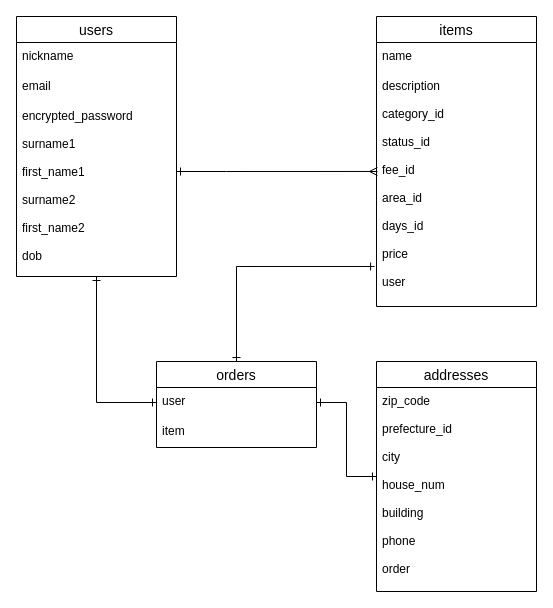
Hiroki-Sakurazawa/furima-28665 keeps this draw.io diagram as .dio. Above is the earlier version. Source tidied: cells renumbered, new cells numbered last; positions are measured from the earlier drawing's top-left corner, leaving out a move shared by most shapes. Both pictures are drawn from the tidied source at 100%, with x=0, y=0 at pixel (16, 16).
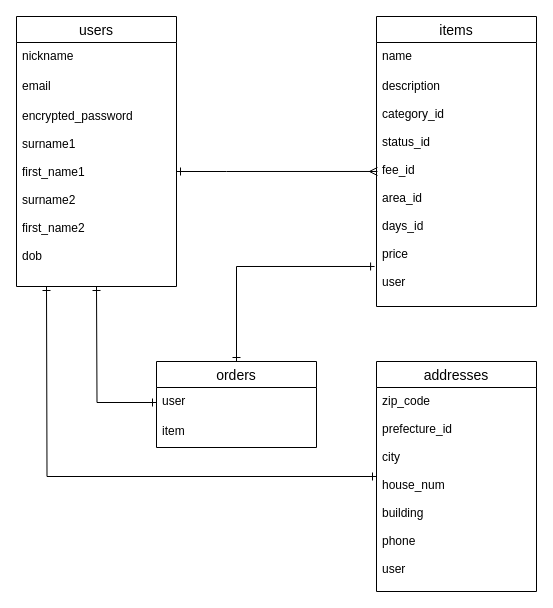
The same diagram, later.

Unchanged cells that the change refers to:
```xml
<mxCell id="12" value="addresses" style="swimlane;fontStyle=0;horizontal=1;startSize=26;align=center;fontSize=14;" parent="1" vertex="1">
  <mxGeometry x="360" y="345" width="160" height="230" as="geometry" />
</mxCell>
<mxCell id="16" value="user" style="text;strokeColor=none;fillColor=none;spacingLeft=4;spacingRight=4;overflow=hidden;points=[[0,0.5],[1,0.5]];portConstraint=eastwest;fontSize=12;" parent="15" vertex="1">
  <mxGeometry y="26" width="160" height="30" as="geometry" />
</mxCell>
```

The edit, as a diff of the source:
```diff
@@
-    <mxCell id="3" style="edgeStyle=orthogonalEdgeStyle;rounded=0;jettySize=auto;html=1;entryX=0;entryY=0.5;entryDx=0;entryDy=0;startArrow=ERone;startFill=0;endArrow=ERone;endFill=0;" parent="1" edge="1" source="4" target="16">
-      <mxGeometry relative="1" as="geometry" />
+    <mxCell id="3" style="edgeStyle=orthogonalEdgeStyle;rounded=0;jettySize=auto;html=1;entryX=0;entryY=0.5;entryDx=0;entryDy=0;startArrow=ERone;startFill=0;endArrow=ERone;endFill=0;" parent="1" edge="1" target="16">
+      <mxGeometry relative="1" as="geometry">
+        <mxPoint x="80" y="270" as="sourcePoint" />
+      </mxGeometry>
     </mxCell>
     <mxCell id="4" value="users" style="swimlane;fontStyle=0;horizontal=1;startSize=26;align=center;fontSize=14;" parent="1" vertex="1">
-      <mxGeometry width="160" height="260" as="geometry" />
+      <mxGeometry width="160" height="270" as="geometry" />
     </mxCell>
@@
     <mxCell id="7" value="encrypted_password&#10;&#10;surname1&#10;&#10;first_name1&#10;&#10;surname2&#10;&#10;first_name2&#10;&#10;dob" style="text;strokeColor=none;fillColor=none;spacingLeft=4;spacingRight=4;overflow=hidden;fontSize=12;" parent="4" vertex="1">
-      <mxGeometry y="86" width="160" height="174" as="geometry" />
+      <mxGeometry y="86" width="160" height="184" as="geometry" />
     </mxCell>
@@
-    <mxCell id="11" style="edgeStyle=orthogonalEdgeStyle;rounded=0;jettySize=auto;html=1;entryX=1;entryY=0.5;entryDx=0;entryDy=0;startArrow=ERone;startFill=0;endArrow=ERone;endFill=0;" parent="1" edge="1" source="12" target="16">
-      <mxGeometry relative="1" as="geometry" />
+    <mxCell id="11" style="edgeStyle=orthogonalEdgeStyle;rounded=0;jettySize=auto;html=1;startArrow=ERone;startFill=0;endArrow=ERone;endFill=0;" parent="1" edge="1" source="12">
+      <mxGeometry relative="1" as="geometry">
+        <mxPoint x="30" y="270" as="targetPoint" />
+      </mxGeometry>
     </mxCell>
@@
-    <mxCell id="13" value="zip_code&#10;&#10;prefecture_id&#10;&#10;city&#10;&#10;house_num&#10;&#10;building&#10;&#10;phone&#10;&#10;order" style="text;strokeColor=none;fillColor=none;spacingLeft=4;spacingRight=4;overflow=hidden;fontSize=12;" parent="12" vertex="1">
+    <mxCell id="13" value="zip_code&#10;&#10;prefecture_id&#10;&#10;city&#10;&#10;house_num&#10;&#10;building&#10;&#10;phone&#10;&#10;user" style="text;strokeColor=none;fillColor=none;spacingLeft=4;spacingRight=4;overflow=hidden;fontSize=12;" parent="12" vertex="1">
       <mxGeometry y="26" width="160" height="204" as="geometry" />
     </mxCell>
```
